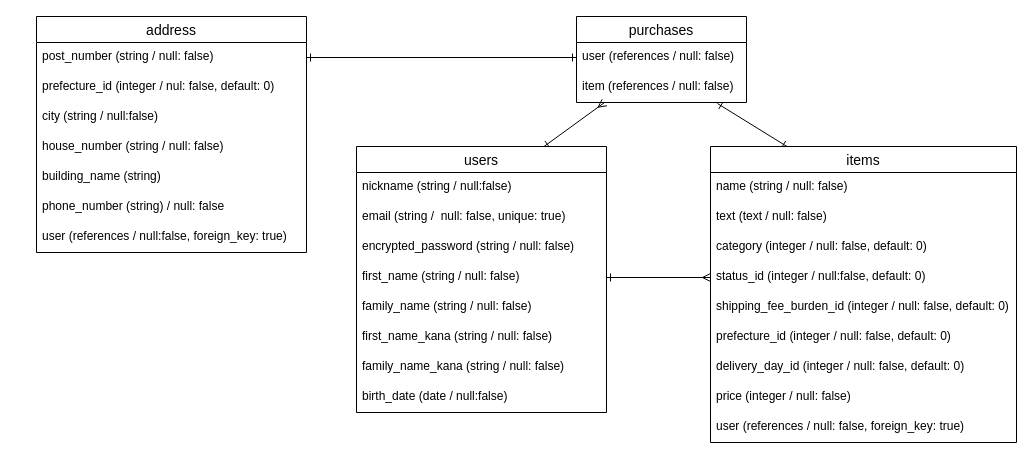
Above: test.dio in kt100sec/furima-36348 (draw.io), before the change. Source tidied: cells renumbered, new cells numbered last; positions are measured from the earlier drawing's top-left corner, leaving out a move shared by most shapes. Both pictures are drawn from the tidied source at 100%, with x=0, y=0 at pixel (36, 16).
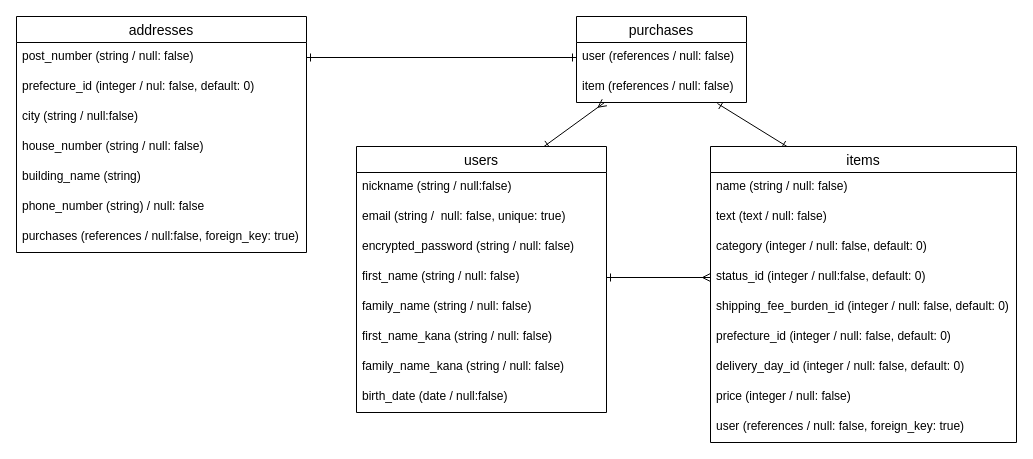
Above is the later version.

Commit message (it also covers changes not shown here):
アソシエーションの変更、テーブル名の修正、purchasesテーブルのカラムの修正

What changed in the source:
```diff
@@
-    <mxCell id="23" value="address" style="swimlane;fontStyle=0;horizontal=1;startSize=26;align=center;fontSize=14;" parent="1" vertex="1">
-      <mxGeometry width="270" height="236" as="geometry" />
+    <mxCell id="23" value="addresses" style="swimlane;fontStyle=0;horizontal=1;startSize=26;align=center;fontSize=14;" parent="1" vertex="1">
+      <mxGeometry x="-20" width="290" height="236" as="geometry" />
     </mxCell>
     <mxCell id="24" value="post_number (string / null: false)" style="text;strokeColor=none;fillColor=none;spacingLeft=4;spacingRight=4;overflow=hidden;points=[[0,0.5],[1,0.5]];portConstraint=eastwest;fontSize=12;" parent="23" vertex="1">
-      <mxGeometry y="26" width="270" height="30" as="geometry" />
+      <mxGeometry y="26" width="290" height="30" as="geometry" />
     </mxCell>
     <mxCell id="25" value="prefecture_id (integer / nul: false, default: 0)" style="text;strokeColor=none;fillColor=none;spacingLeft=4;spacingRight=4;overflow=hidden;fontSize=12;" parent="23" vertex="1">
-      <mxGeometry y="56" width="270" height="30" as="geometry" />
+      <mxGeometry y="56" width="290" height="30" as="geometry" />
     </mxCell>
     <mxCell id="26" value="city (string / null:false)" style="text;strokeColor=none;fillColor=none;spacingLeft=4;spacingRight=4;overflow=hidden;fontSize=12;" parent="23" vertex="1">
-      <mxGeometry y="86" width="270" height="30" as="geometry" />
+      <mxGeometry y="86" width="290" height="30" as="geometry" />
     </mxCell>
     <mxCell id="27" value="house_number (string / null: false)" style="text;strokeColor=none;fillColor=none;spacingLeft=4;spacingRight=4;overflow=hidden;fontSize=12;" parent="23" vertex="1">
-      <mxGeometry y="116" width="270" height="30" as="geometry" />
+      <mxGeometry y="116" width="290" height="30" as="geometry" />
     </mxCell>
     <mxCell id="28" value="building_name (string)" style="text;strokeColor=none;fillColor=none;spacingLeft=4;spacingRight=4;overflow=hidden;fontSize=12;" parent="23" vertex="1">
-      <mxGeometry y="146" width="270" height="30" as="geometry" />
+      <mxGeometry y="146" width="290" height="30" as="geometry" />
     </mxCell>
     <mxCell id="29" value="phone_number (string) / null: false" style="text;strokeColor=none;fillColor=none;spacingLeft=4;spacingRight=4;overflow=hidden;fontSize=12;" parent="23" vertex="1">
-      <mxGeometry y="176" width="270" height="30" as="geometry" />
+      <mxGeometry y="176" width="290" height="30" as="geometry" />
     </mxCell>
-    <mxCell id="30" value="user (references / null:false, foreign_key: true)" style="text;strokeColor=none;fillColor=none;spacingLeft=4;spacingRight=4;overflow=hidden;fontSize=12;" parent="23" vertex="1">
-      <mxGeometry y="206" width="270" height="30" as="geometry" />
+    <mxCell id="30" value="purchases (references / null:false, foreign_key: true)" style="text;strokeColor=none;fillColor=none;spacingLeft=4;spacingRight=4;overflow=hidden;fontSize=12;" parent="23" vertex="1">
+      <mxGeometry y="206" width="290" height="30" as="geometry" />
     </mxCell>
```
